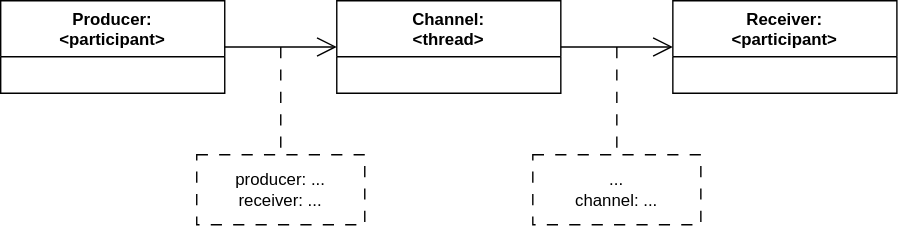
The draw.io diagram doc/notification_channel.svg in vitalii-samoilenko/ai-chat-bot, before a commit. Source tidied: cells renumbered, new cells last; positions are measured from the earlier drawing's top-left corner, leaving out a move shared by most shapes.
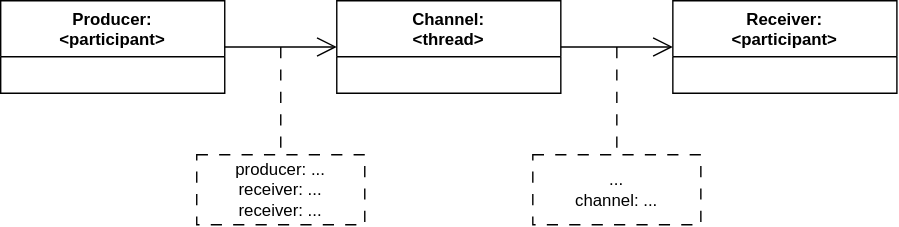
The same file after the commit.

Change to the diagram source:
```diff
@@ -17,7 +17,7 @@
     <mxCell id="6" style="endArrow=open;endFill=1;endSize=12;html=1;rounded=0;" parent="1" edge="1" source="3" target="5">
       <mxGeometry relative="1" as="geometry" />
     </mxCell>
-    <mxCell id="7" value="producer: ...&lt;div&gt;receiver: ...&lt;/div&gt;" style="html=1;whiteSpace=wrap;fillColor=none;dashed=1;dashPattern=8 8;labelPosition=center;verticalLabelPosition=middle;align=center;verticalAlign=middle;" parent="1" vertex="1">
+    <mxCell id="7" value="producer: ...&lt;div&gt;receiver: ...&lt;/div&gt;&lt;div&gt;receiver: ...&lt;/div&gt;" style="html=1;whiteSpace=wrap;fillColor=none;dashed=1;dashPattern=8 8;labelPosition=center;verticalLabelPosition=middle;align=center;verticalAlign=middle;" parent="1" vertex="1">
       <mxGeometry x="140" y="110" width="120" height="50" as="geometry" />
     </mxCell>
     <mxCell id="8" value="&lt;div&gt;...&lt;/div&gt;&lt;div&gt;channel: ...&lt;/div&gt;" style="html=1;whiteSpace=wrap;fillColor=none;dashed=1;dashPattern=8 8;labelPosition=center;verticalLabelPosition=middle;align=center;verticalAlign=middle;" parent="1" vertex="1">
```
